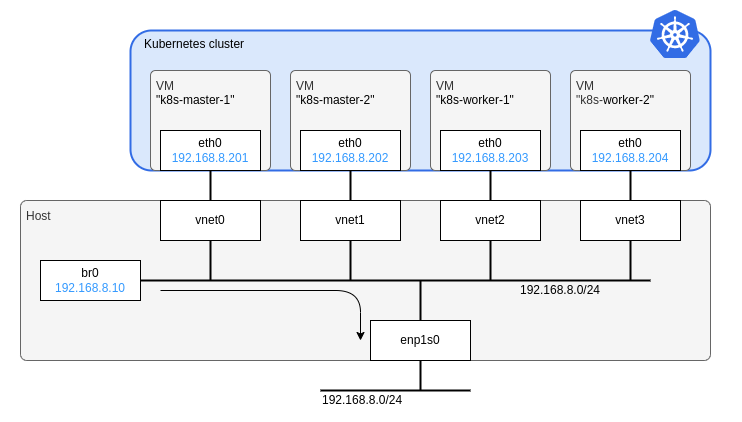
Before: kubernetes/images/network_architecture.drawio.png, a diagram exported from draw.io (sawa2d2/k8s-on-kvm). Source tidied: cells renumbered, new cells last; positions are measured from the earlier drawing's top-left corner, leaving out a move shared by most shapes.
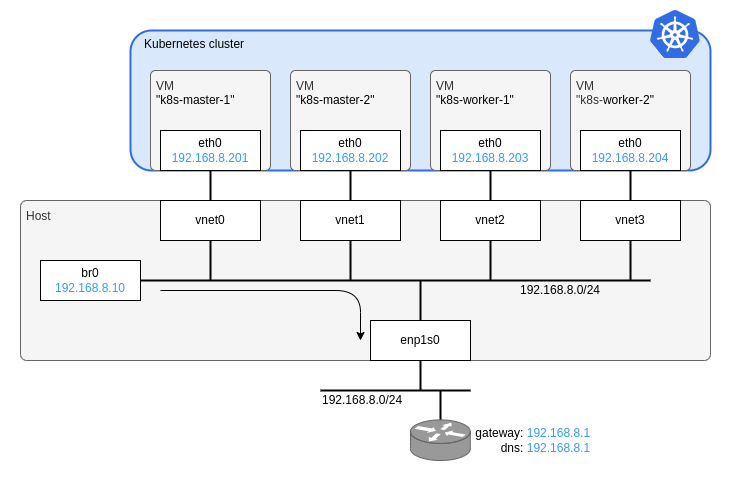
After the change.

Diff of the diagram source:
```diff
@@ -3,7 +3,7 @@
     <mxCell id="0" />
     <mxCell id="1" parent="0" />
     <mxCell id="2" style="rounded=0;whiteSpace=wrap;html=1;strokeColor=none;" parent="1" vertex="1">
-      <mxGeometry width="740" height="420" as="geometry" />
+      <mxGeometry width="740" height="480" as="geometry" />
     </mxCell>
     <mxCell id="3" value="Host" style="rounded=1;whiteSpace=wrap;html=1;strokeColor=#666666;strokeWidth=1;fillColor=#f5f5f5;fontColor=#333333;align=left;verticalAlign=top;spacingTop=2;spacingLeft=4;arcSize=4;" parent="1" vertex="1">
       <mxGeometry x="20" y="200" width="690" height="160" as="geometry" />
@@ -124,5 +124,14 @@
         </Array>
       </mxGeometry>
     </mxCell>
+    <mxCell id="35" style="edgeStyle=orthogonalEdgeStyle;rounded=0;orthogonalLoop=1;jettySize=auto;html=1;exitX=0.5;exitY=1;exitDx=0;exitDy=0;strokeWidth=2;endArrow=none;endFill=0;" parent="1" edge="1">
+      <mxGeometry relative="1" as="geometry">
+        <mxPoint x="440" y="390" as="sourcePoint" />
+        <mxPoint x="440" y="420" as="targetPoint" />
+      </mxGeometry>
+    </mxCell>
+    <mxCell id="36" value="&lt;div style=&quot;text-align: right;&quot;&gt;&lt;span style=&quot;background-color: initial;&quot;&gt;&lt;font color=&quot;#000000&quot;&gt;&amp;nbsp;gateway: &lt;/font&gt;&lt;font color=&quot;#3399ff&quot;&gt;192.168.8.1&lt;/font&gt;&lt;/span&gt;&lt;/div&gt;&lt;div style=&quot;text-align: right;&quot;&gt;&lt;span style=&quot;background-color: initial;&quot;&gt;&lt;font color=&quot;#000000&quot;&gt;dns: &lt;/font&gt;&lt;font color=&quot;#3399ff&quot;&gt;192.168.8.1&lt;/font&gt;&lt;/span&gt;&lt;/div&gt;" style="shape=mxgraph.cisco.routers.router;html=1;dashed=0;fillColor=#999999;strokeColor=#666666;strokeWidth=1;verticalLabelPosition=middle;verticalAlign=middle;align=left;fontColor=#333333;labelPosition=right;" parent="1" vertex="1">
+      <mxGeometry x="410" y="419.4" width="59.7" height="40.6" as="geometry" />
+    </mxCell>
   </root>
 </mxGraphModel>
```
